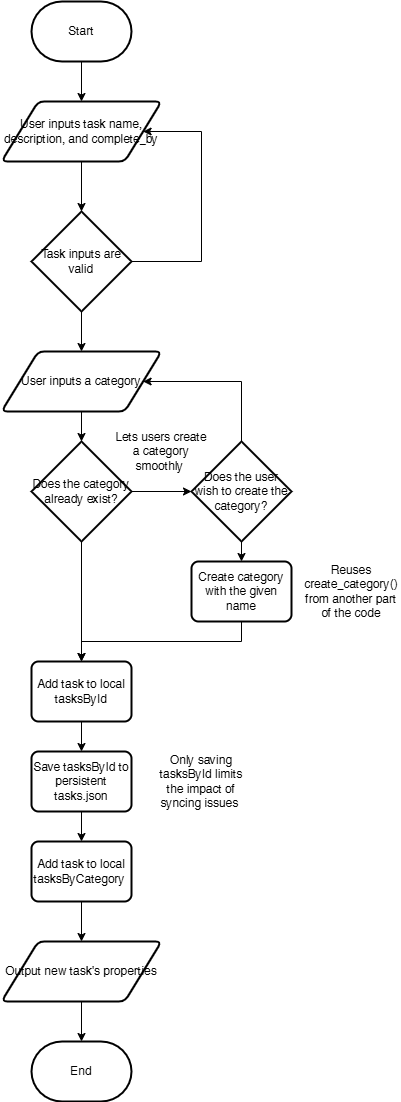
The draw.io diagram planning/img/Developer-Todo.png in Jayden-Briffa/developer-task-list, before a commit. Source tidied: cells renumbered, new cells last; positions are measured from the earlier drawing's top-left corner, leaving out a move shared by most shapes.
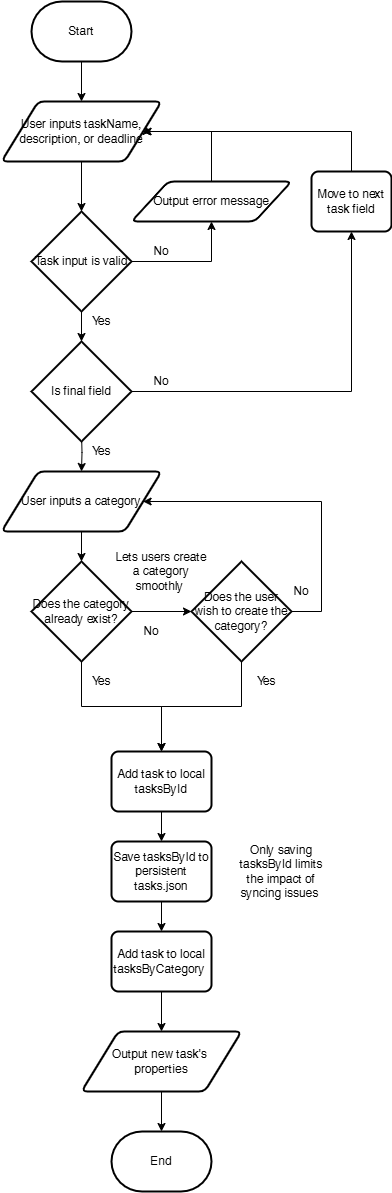
Later version of the same file.

Diff of the diagram source:
```diff
@@ -11,92 +11,138 @@
     <mxCell id="4" style="edgeStyle=orthogonalEdgeStyle;rounded=0;jettySize=auto;html=1;" parent="1" edge="1" source="5" target="14">
       <mxGeometry relative="1" as="geometry" />
     </mxCell>
-    <mxCell id="5" value="User inputs task name, description, and complete_by" style="shape=parallelogram;html=1;strokeWidth=2;perimeter=parallelogramPerimeter;whiteSpace=wrap;rounded=1;arcSize=12;size=0.23;" parent="1" vertex="1">
+    <mxCell id="5" value="User inputs taskName, description, or deadline" style="shape=parallelogram;html=1;strokeWidth=2;perimeter=parallelogramPerimeter;whiteSpace=wrap;rounded=1;arcSize=12;size=0.23;" parent="1" vertex="1">
       <mxGeometry y="100" width="160" height="60" as="geometry" />
     </mxCell>
     <mxCell id="6" style="edgeStyle=orthogonalEdgeStyle;rounded=0;jettySize=auto;html=1;exitX=0.5;exitY=1;exitDx=0;exitDy=0;exitPerimeter=0;entryX=0.5;entryY=0;entryDx=0;entryDy=0;" parent="1" edge="1" source="7" target="20">
       <mxGeometry relative="1" as="geometry" />
     </mxCell>
     <mxCell id="7" value="Does the category already exist?" style="strokeWidth=2;html=1;shape=mxgraph.flowchart.decision;whiteSpace=wrap;" parent="1" vertex="1">
-      <mxGeometry x="30" y="440" width="100" height="100" as="geometry" />
+      <mxGeometry x="30" y="560" width="100" height="100" as="geometry" />
     </mxCell>
+    <mxCell id="31" style="edgeStyle=orthogonalEdgeStyle;html=1;exitX=0.5;exitY=1;exitDx=0;exitDy=0;exitPerimeter=0;entryX=0.5;entryY=0;entryDx=0;entryDy=0;rounded=0;curved=0;" parent="1" edge="1" source="10" target="20">
+      <mxGeometry relative="1" as="geometry" />
+    </mxCell>
-    <mxCell id="8" style="edgeStyle=orthogonalEdgeStyle;rounded=0;jettySize=auto;html=1;exitX=0.5;exitY=0;exitDx=0;exitDy=0;exitPerimeter=0;entryX=1;entryY=0.5;entryDx=0;entryDy=0;" parent="1" edge="1" source="10" target="15">
+    <mxCell id="8" style="edgeStyle=orthogonalEdgeStyle;html=1;exitX=1;exitY=0.5;exitDx=0;exitDy=0;exitPerimeter=0;entryX=1;entryY=0.5;entryDx=0;entryDy=0;rounded=0;curved=0;" parent="1" edge="1" source="10" target="15">
       <mxGeometry relative="1" as="geometry">
         <Array as="points">
-          <mxPoint x="240" y="380" />
+          <mxPoint x="320" y="610" />
+          <mxPoint x="320" y="500" />
         </Array>
       </mxGeometry>
     </mxCell>
-    <mxCell id="9" style="edgeStyle=orthogonalEdgeStyle;rounded=0;jettySize=auto;html=1;exitX=0.5;exitY=1;exitDx=0;exitDy=0;exitPerimeter=0;entryX=0.5;entryY=0;entryDx=0;entryDy=0;" parent="1" edge="1" source="10" target="18">
-      <mxGeometry relative="1" as="geometry" />
-    </mxCell>
     <mxCell id="10" value="Does the user wish to create the category?" style="strokeWidth=2;html=1;shape=mxgraph.flowchart.decision;whiteSpace=wrap;" parent="1" vertex="1">
-      <mxGeometry x="190" y="440" width="100" height="100" as="geometry" />
+      <mxGeometry x="190" y="560" width="100" height="100" as="geometry" />
     </mxCell>
     <mxCell id="11" style="edgeStyle=orthogonalEdgeStyle;rounded=0;jettySize=auto;html=1;exitX=1;exitY=0.5;exitDx=0;exitDy=0;exitPerimeter=0;entryX=0;entryY=0.5;entryDx=0;entryDy=0;entryPerimeter=0;" parent="1" edge="1" source="7" target="10">
       <mxGeometry relative="1" as="geometry" />
     </mxCell>
-    <mxCell id="12" style="edgeStyle=orthogonalEdgeStyle;rounded=0;jettySize=auto;html=1;exitX=1;exitY=0.5;exitDx=0;exitDy=0;exitPerimeter=0;entryX=1;entryY=0.5;entryDx=0;entryDy=0;" parent="1" edge="1" source="14" target="5">
-      <mxGeometry relative="1" as="geometry">
-        <Array as="points">
-          <mxPoint x="200" y="260" />
-          <mxPoint x="200" y="130" />
-        </Array>
-      </mxGeometry>
-    </mxCell>
-    <mxCell id="13" style="edgeStyle=orthogonalEdgeStyle;rounded=0;jettySize=auto;html=1;exitX=0.5;exitY=1;exitDx=0;exitDy=0;exitPerimeter=0;entryX=0.5;entryY=0;entryDx=0;entryDy=0;" parent="1" edge="1" source="14" target="15">
-      <mxGeometry relative="1" as="geometry" />
+    <mxCell id="13" style="edgeStyle=orthogonalEdgeStyle;rounded=0;jettySize=auto;html=1;exitX=0.5;exitY=1;exitDx=0;exitDy=0;exitPerimeter=0;entryX=0.5;entryY=0;entryDx=0;entryDy=0;" parent="1" edge="1" target="15">
+      <mxGeometry relative="1" as="geometry">
+        <mxPoint x="80" y="430" as="sourcePoint" />
+      </mxGeometry>
     </mxCell>
+    <mxCell id="32" style="edgeStyle=orthogonalEdgeStyle;html=1;exitX=1;exitY=0.5;exitDx=0;exitDy=0;exitPerimeter=0;rounded=0;curved=0;" parent="1" edge="1" source="14" target="45">
+      <mxGeometry relative="1" as="geometry" />
+    </mxCell>
-    <mxCell id="14" value="Task inputs are valid" style="strokeWidth=2;html=1;shape=mxgraph.flowchart.decision;whiteSpace=wrap;" parent="1" vertex="1">
+    <mxCell id="14" value="Task input is valid" style="strokeWidth=2;html=1;shape=mxgraph.flowchart.decision;whiteSpace=wrap;" parent="1" vertex="1">
       <mxGeometry x="30" y="210" width="100" height="100" as="geometry" />
     </mxCell>
     <mxCell id="15" value="User inputs a category" style="shape=parallelogram;html=1;strokeWidth=2;perimeter=parallelogramPerimeter;whiteSpace=wrap;rounded=1;arcSize=12;size=0.23;" parent="1" vertex="1">
-      <mxGeometry y="350" width="160" height="60" as="geometry" />
+      <mxGeometry y="470" width="160" height="60" as="geometry" />
     </mxCell>
     <mxCell id="16" style="edgeStyle=orthogonalEdgeStyle;rounded=0;jettySize=auto;html=1;exitX=0.5;exitY=1;exitDx=0;exitDy=0;entryX=0.5;entryY=0;entryDx=0;entryDy=0;entryPerimeter=0;" parent="1" edge="1" source="15" target="7">
       <mxGeometry relative="1" as="geometry" />
     </mxCell>
-    <mxCell id="17" style="edgeStyle=orthogonalEdgeStyle;rounded=0;jettySize=auto;html=1;exitX=0.5;exitY=1;exitDx=0;exitDy=0;entryX=0.5;entryY=0;entryDx=0;entryDy=0;" parent="1" edge="1" source="18" target="20">
-      <mxGeometry relative="1" as="geometry" />
-    </mxCell>
-    <mxCell id="18" value="Create category with the given name" style="rounded=1;whiteSpace=wrap;html=1;absoluteArcSize=1;arcSize=14;strokeWidth=2;" parent="1" vertex="1">
-      <mxGeometry x="190" y="560" width="100" height="60" as="geometry" />
-    </mxCell>
     <mxCell id="19" style="edgeStyle=orthogonalEdgeStyle;rounded=0;jettySize=auto;html=1;exitX=0.5;exitY=1;exitDx=0;exitDy=0;entryX=0.5;entryY=0;entryDx=0;entryDy=0;" parent="1" edge="1" source="20" target="29">
       <mxGeometry relative="1" as="geometry" />
     </mxCell>
     <mxCell id="20" value="Add task to local tasksById" style="rounded=1;whiteSpace=wrap;html=1;absoluteArcSize=1;arcSize=14;strokeWidth=2;" parent="1" vertex="1">
-      <mxGeometry x="30" y="660" width="100" height="60" as="geometry" />
+      <mxGeometry x="110" y="750" width="100" height="60" as="geometry" />
     </mxCell>
     <mxCell id="21" style="edgeStyle=orthogonalEdgeStyle;rounded=0;jettySize=auto;html=1;exitX=0.5;exitY=1;exitDx=0;exitDy=0;" parent="1" edge="1" source="22" target="23">
       <mxGeometry relative="1" as="geometry" />
     </mxCell>
-    <mxCell id="22" value="Output new task's properties" style="shape=parallelogram;html=1;strokeWidth=2;perimeter=parallelogramPerimeter;whiteSpace=wrap;rounded=1;arcSize=12;size=0.23;" parent="1" vertex="1">
-      <mxGeometry y="940" width="160" height="60" as="geometry" />
+    <mxCell id="22" value="Output new task's&amp;nbsp;&lt;div&gt;properties&lt;/div&gt;" style="shape=parallelogram;html=1;strokeWidth=2;perimeter=parallelogramPerimeter;whiteSpace=wrap;rounded=1;arcSize=12;size=0.23;" parent="1" vertex="1">
+      <mxGeometry x="80" y="1030" width="160" height="60" as="geometry" />
     </mxCell>
     <mxCell id="23" value="End" style="strokeWidth=2;html=1;shape=mxgraph.flowchart.terminator;whiteSpace=wrap;" parent="1" vertex="1">
-      <mxGeometry x="30" y="1040" width="100" height="60" as="geometry" />
+      <mxGeometry x="110" y="1130" width="100" height="60" as="geometry" />
     </mxCell>
     <mxCell id="24" value="Lets users create a category smoothly&amp;nbsp;" style="text;html=1;align=center;verticalAlign=middle;whiteSpace=wrap;rounded=0;" parent="1" vertex="1">
-      <mxGeometry x="110" y="430" width="100" height="40" as="geometry" />
+      <mxGeometry x="110" y="550" width="100" height="40" as="geometry" />
     </mxCell>
-    <mxCell id="25" value="Reuses create_category() from another part of the code" style="text;html=1;align=center;verticalAlign=middle;whiteSpace=wrap;rounded=0;" parent="1" vertex="1">
-      <mxGeometry x="300" y="570" width="100" height="40" as="geometry" />
-    </mxCell>
     <mxCell id="26" style="edgeStyle=orthogonalEdgeStyle;rounded=0;jettySize=auto;html=1;exitX=0.5;exitY=1;exitDx=0;exitDy=0;" parent="1" edge="1" source="27" target="22">
       <mxGeometry relative="1" as="geometry" />
     </mxCell>
     <mxCell id="27" value="Add task to local tasksByCategory&amp;nbsp;" style="rounded=1;whiteSpace=wrap;html=1;absoluteArcSize=1;arcSize=14;strokeWidth=2;" parent="1" vertex="1">
-      <mxGeometry x="30" y="840" width="100" height="60" as="geometry" />
+      <mxGeometry x="110" y="930" width="100" height="60" as="geometry" />
     </mxCell>
     <mxCell id="28" style="edgeStyle=orthogonalEdgeStyle;rounded=0;jettySize=auto;html=1;exitX=0.5;exitY=1;exitDx=0;exitDy=0;entryX=0.5;entryY=0;entryDx=0;entryDy=0;" parent="1" edge="1" source="29" target="27">
       <mxGeometry relative="1" as="geometry" />
     </mxCell>
     <mxCell id="29" value="Save tasksById to persistent tasks.json" style="rounded=1;whiteSpace=wrap;html=1;absoluteArcSize=1;arcSize=14;strokeWidth=2;" parent="1" vertex="1">
-      <mxGeometry x="30" y="750" width="100" height="60" as="geometry" />
+      <mxGeometry x="110" y="840" width="100" height="60" as="geometry" />
     </mxCell>
     <mxCell id="30" value="Only saving tasksById limits the impact of syncing issues&amp;nbsp;" style="text;html=1;align=center;verticalAlign=middle;whiteSpace=wrap;rounded=0;" parent="1" vertex="1">
-      <mxGeometry x="150" y="760" width="100" height="40" as="geometry" />
+      <mxGeometry x="230" y="850" width="100" height="40" as="geometry" />
     </mxCell>
+    <mxCell id="33" value="Yes" style="text;html=1;align=center;verticalAlign=middle;whiteSpace=wrap;rounded=0;" parent="1" vertex="1">
+      <mxGeometry x="50" y="660" width="100" height="40" as="geometry" />
+    </mxCell>
+    <mxCell id="34" style="edgeStyle=none;html=1;" parent="1" edge="1" source="35" target="15">
+      <mxGeometry relative="1" as="geometry" />
+    </mxCell>
+    <mxCell id="35" value="Yes" style="text;html=1;align=center;verticalAlign=middle;whiteSpace=wrap;rounded=0;" parent="1" vertex="1">
+      <mxGeometry x="50" y="430" width="100" height="40" as="geometry" />
+    </mxCell>
+    <mxCell id="36" value="No&lt;span style=&quot;font-family: monospace; font-size: 0px; text-align: start; white-space: nowrap;&quot;&gt;%3CmxGraphModel%3E%3Croot%3E%3CmxCell%20id%3D%220%22%2F%3E%3CmxCell%20id%3D%221%22%20parent%3D%220%22%2F%3E%3CmxCell%20id%3D%222%22%20value%3D%22Yes%22%20style%3D%22text%3Bhtml%3D1%3Balign%3Dcenter%3BverticalAlign%3Dmiddle%3BwhiteSpace%3Dwrap%3Brounded%3D0%3B%22%20vertex%3D%221%22%20parent%3D%221%22%3E%3CmxGeometry%20x%3D%22170%22%20y%3D%22370%22%20width%3D%22100%22%20height%3D%2240%22%20as%3D%22geometry%22%2F%3E%3C%2FmxCell%3E%3C%2Froot%3E%3C%2FmxGraphModel%3E&lt;/span&gt;" style="text;html=1;align=center;verticalAlign=middle;whiteSpace=wrap;rounded=0;" parent="1" vertex="1">
+      <mxGeometry x="100" y="610" width="100" height="40" as="geometry" />
+    </mxCell>
+    <mxCell id="37" value="No&lt;span style=&quot;font-family: monospace; font-size: 0px; text-align: start; white-space: nowrap;&quot;&gt;%3CmxGraphModel%3E%3Croot%3E%3CmxCell%20id%3D%220%22%2F%3E%3CmxCell%20id%3D%221%22%20parent%3D%220%22%2F%3E%3CmxCell%20id%3D%222%22%20value%3D%22Yes%22%20style%3D%22text%3Bhtml%3D1%3Balign%3Dcenter%3BverticalAlign%3Dmiddle%3BwhiteSpace%3Dwrap%3Brounded%3D0%3B%22%20vertex%3D%221%22%20parent%3D%221%22%3E%3CmxGeometry%20x%3D%22170%22%20y%3D%22370%22%20width%3D%22100%22%20height%3D%2240%22%20as%3D%22geometry%22%2F%3E%3C%2FmxCell%3E%3C%2Froot%3E%3C%2FmxGraphModel%3E&lt;/span&gt;" style="text;html=1;align=center;verticalAlign=middle;whiteSpace=wrap;rounded=0;" parent="1" vertex="1">
+      <mxGeometry x="110" y="230" width="100" height="40" as="geometry" />
+    </mxCell>
+    <mxCell id="38" value="Is final field" style="strokeWidth=2;html=1;shape=mxgraph.flowchart.decision;whiteSpace=wrap;" parent="1" vertex="1">
+      <mxGeometry x="30" y="340" width="100" height="100" as="geometry" />
+    </mxCell>
+    <mxCell id="39" style="edgeStyle=none;html=1;exitX=0.5;exitY=1;exitDx=0;exitDy=0;exitPerimeter=0;entryX=0.5;entryY=0;entryDx=0;entryDy=0;entryPerimeter=0;" parent="1" edge="1" source="14" target="38">
+      <mxGeometry relative="1" as="geometry" />
+    </mxCell>
+    <mxCell id="40" value="Yes" style="text;html=1;align=center;verticalAlign=middle;whiteSpace=wrap;rounded=0;" parent="1" vertex="1">
+      <mxGeometry x="50" y="300" width="100" height="40" as="geometry" />
+    </mxCell>
+    <mxCell id="41" value="Move to next task field" style="rounded=1;whiteSpace=wrap;html=1;absoluteArcSize=1;arcSize=14;strokeWidth=2;" parent="1" vertex="1">
+      <mxGeometry x="310" y="170" width="80" height="60" as="geometry" />
+    </mxCell>
+    <mxCell id="42" style="edgeStyle=orthogonalEdgeStyle;html=1;exitX=1;exitY=0.5;exitDx=0;exitDy=0;exitPerimeter=0;entryX=0.5;entryY=1;entryDx=0;entryDy=0;rounded=0;curved=0;" parent="1" edge="1" source="38" target="41">
+      <mxGeometry relative="1" as="geometry" />
+    </mxCell>
+    <mxCell id="43" style="edgeStyle=orthogonalEdgeStyle;html=1;exitX=0.5;exitY=0;exitDx=0;exitDy=0;entryX=0.907;entryY=0.417;entryDx=0;entryDy=0;entryPerimeter=0;rounded=0;curved=0;" parent="1" edge="1" source="41" target="5">
+      <mxGeometry relative="1" as="geometry">
+        <Array as="points">
+          <mxPoint x="350" y="130" />
+          <mxPoint x="145" y="130" />
+        </Array>
+      </mxGeometry>
+    </mxCell>
+    <mxCell id="44" style="edgeStyle=orthogonalEdgeStyle;html=1;exitX=0.5;exitY=0;exitDx=0;exitDy=0;entryX=1;entryY=0.5;entryDx=0;entryDy=0;strokeColor=default;rounded=0;curved=0;" parent="1" edge="1" source="45" target="5">
+      <mxGeometry relative="1" as="geometry">
+        <Array as="points">
+          <mxPoint x="210" y="130" />
+        </Array>
+      </mxGeometry>
+    </mxCell>
+    <mxCell id="45" value="Output error message" style="shape=parallelogram;html=1;strokeWidth=2;perimeter=parallelogramPerimeter;whiteSpace=wrap;rounded=1;arcSize=12;size=0.23;" parent="1" vertex="1">
+      <mxGeometry x="130" y="180" width="160" height="40" as="geometry" />
+    </mxCell>
+    <mxCell id="46" value="No&lt;span style=&quot;font-family: monospace; font-size: 0px; text-align: start; white-space: nowrap;&quot;&gt;%3CmxGraphModel%3E%3Croot%3E%3CmxCell%20id%3D%220%22%2F%3E%3CmxCell%20id%3D%221%22%20parent%3D%220%22%2F%3E%3CmxCell%20id%3D%222%22%20value%3D%22Yes%22%20style%3D%22text%3Bhtml%3D1%3Balign%3Dcenter%3BverticalAlign%3Dmiddle%3BwhiteSpace%3Dwrap%3Brounded%3D0%3B%22%20vertex%3D%221%22%20parent%3D%221%22%3E%3CmxGeometry%20x%3D%22170%22%20y%3D%22370%22%20width%3D%22100%22%20height%3D%2240%22%20as%3D%22geometry%22%2F%3E%3C%2FmxCell%3E%3C%2Froot%3E%3C%2FmxGraphModel%3E&lt;/span&gt;" style="text;html=1;align=center;verticalAlign=middle;whiteSpace=wrap;rounded=0;" parent="1" vertex="1">
+      <mxGeometry x="110" y="360" width="100" height="40" as="geometry" />
+    </mxCell>
+    <mxCell id="47" value="Yes" style="text;html=1;align=center;verticalAlign=middle;whiteSpace=wrap;rounded=0;" parent="1" vertex="1">
+      <mxGeometry x="215" y="660" width="100" height="40" as="geometry" />
+    </mxCell>
+    <mxCell id="48" value="No" style="text;html=1;align=center;verticalAlign=middle;whiteSpace=wrap;rounded=0;" parent="1" vertex="1">
+      <mxGeometry x="250" y="570" width="100" height="40" as="geometry" />
+    </mxCell>
   </root>
 </mxGraphModel>
```
